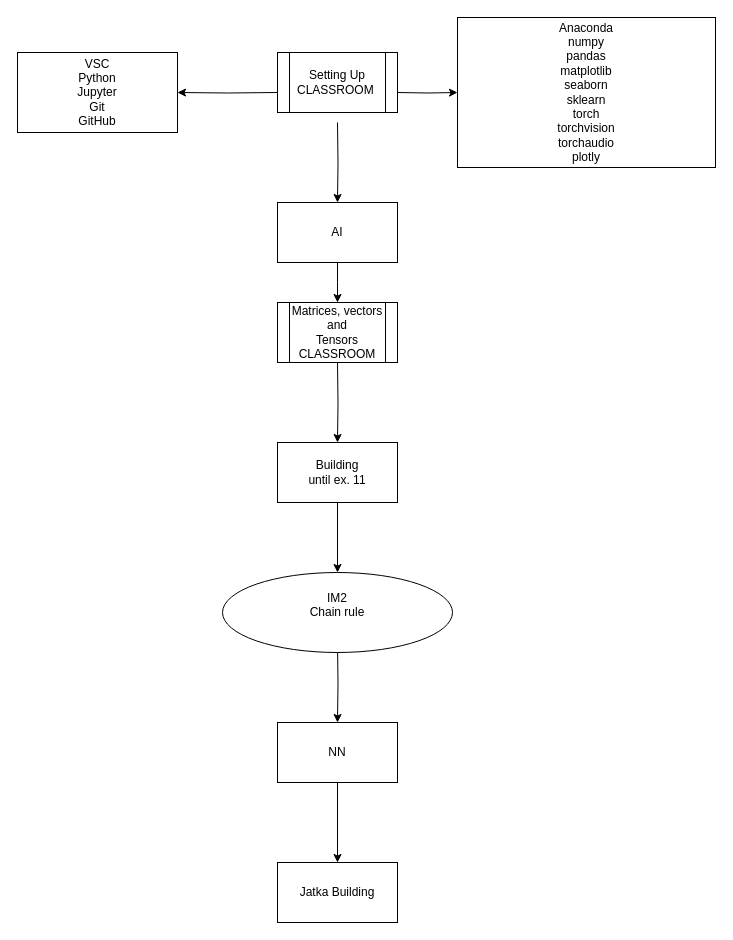
The draw.io diagram Workflow.drawio in henrylahteenmaki/draw.io, before the edit. Source tidied: cells renumbered, new cells numbered last; positions are measured from the earlier drawing's top-left corner, leaving out a move shared by most shapes. Both pictures are drawn from the tidied source at 100%, with x=0, y=0 at pixel (17, 17).
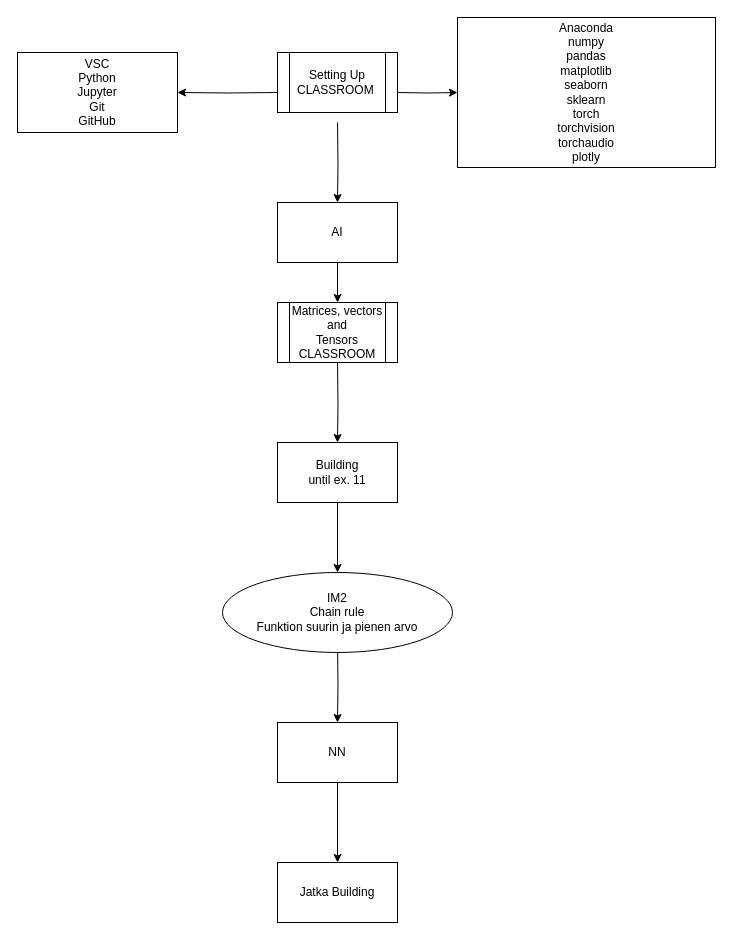
The same diagram, later.

The edit, as a diff of the source:
```diff
@@
-    <mxCell id="16" value="IM2&lt;div&gt;Chain rule&lt;/div&gt;&lt;div&gt;&lt;br&gt;&lt;/div&gt;" style="ellipse;whiteSpace=wrap;html=1;rounded=0;" parent="1" vertex="1">
+    <mxCell id="16" value="IM2&lt;div&gt;Chain rule&lt;/div&gt;&lt;div&gt;Funktion suurin ja pienen arvo&lt;/div&gt;" style="ellipse;whiteSpace=wrap;html=1;rounded=0;" parent="1" vertex="1">
       <mxGeometry x="205" y="555" width="230" height="80" as="geometry" />
     </mxCell>
```
